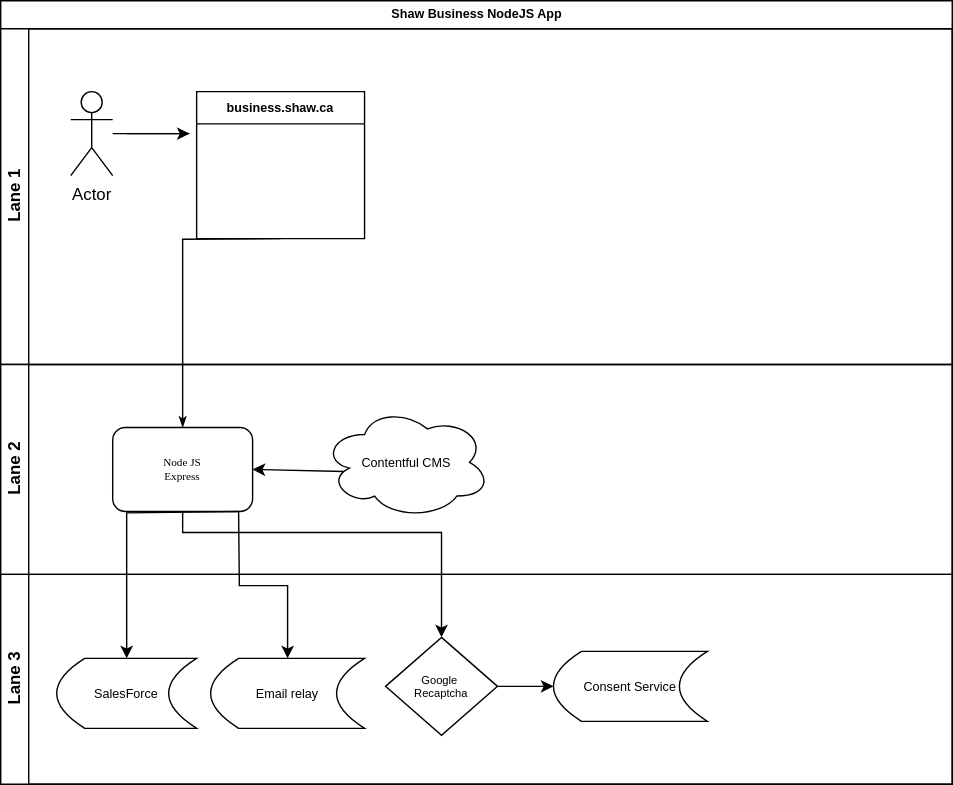
szokrika/chart keeps this draw.io diagram as chart.drawio.svg. Above is the earlier version. Source tidied: cells renumbered, new cells last; positions are measured from the earlier drawing's top-left corner, leaving out a move shared by most shapes.
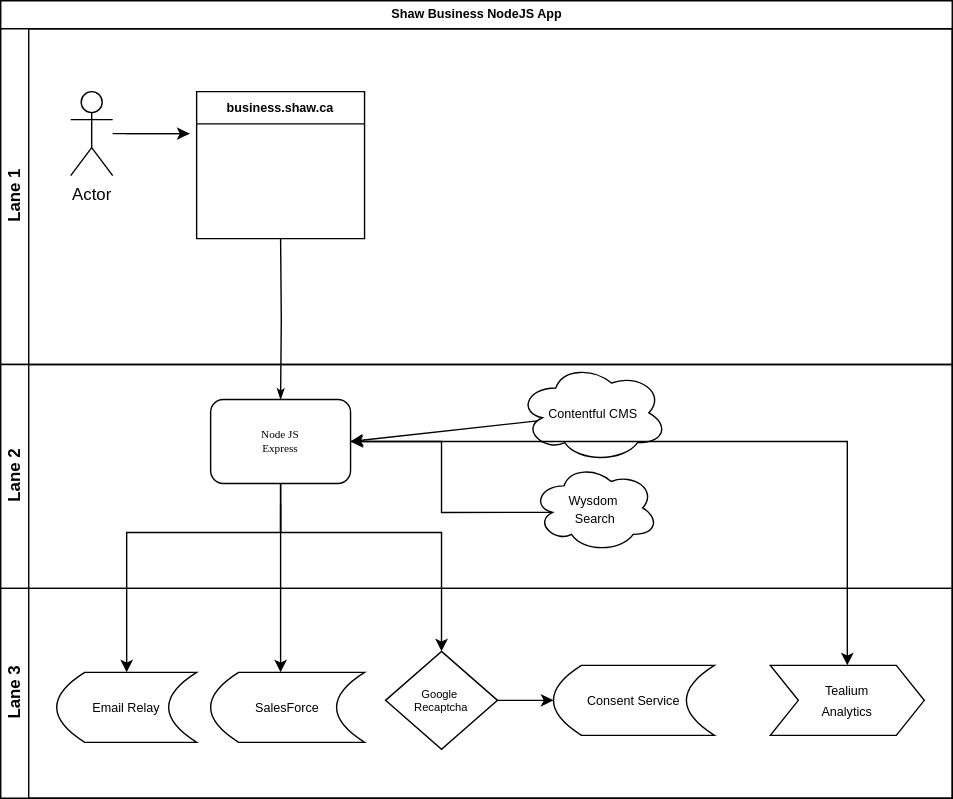
After the change.

What changed in the source:
```diff
@@ -3,7 +3,7 @@
     <mxCell id="0" />
     <mxCell id="1" parent="0" />
     <mxCell id="2" value="&lt;font style=&quot;font-size: 9px;&quot; face=&quot;Helvetica&quot;&gt;Shaw Business NodeJS App&lt;/font&gt;" style="swimlane;html=1;horizontal=1;startSize=20;rounded=0;shadow=0;labelBackgroundColor=none;strokeWidth=1;fontFamily=Verdana;fontSize=8;align=center;" parent="1" vertex="1">
-      <mxGeometry width="680" height="560" as="geometry" />
+      <mxGeometry width="680" height="570" as="geometry" />
     </mxCell>
     <mxCell id="3" value="Lane 1" style="swimlane;html=1;startSize=20;horizontal=0;" parent="2" vertex="1">
       <mxGeometry y="20" width="680" height="240" as="geometry" />
@@ -26,17 +26,23 @@
       <mxGeometry x="140" y="45" width="120" height="105" as="geometry" />
     </mxCell>
     <mxCell id="8" value="Lane 2" style="swimlane;html=1;startSize=20;horizontal=0;" parent="2" vertex="1">
-      <mxGeometry y="260" width="680" height="150" as="geometry" />
+      <mxGeometry y="260" width="680" height="160" as="geometry" />
     </mxCell>
     <mxCell id="9" value="Node JS &lt;br&gt;Express" style="rounded=1;whiteSpace=wrap;html=1;shadow=0;labelBackgroundColor=none;strokeWidth=1;fontFamily=Verdana;fontSize=8;align=center;" parent="8" vertex="1">
-      <mxGeometry x="80" y="45" width="100" height="60" as="geometry" />
+      <mxGeometry x="150" y="25" width="100" height="60" as="geometry" />
     </mxCell>
+    <mxCell id="11" style="endArrow=classic;html=1;rounded=0;entryX=1;entryY=0.5;entryDx=0;entryDy=0;exitX=0.127;exitY=0.581;exitDx=0;exitDy=0;exitPerimeter=0;" parent="8" edge="1" source="10" target="9">
+      <mxGeometry relative="1" as="geometry" />
+    </mxCell>
-    <mxCell id="10" value="&lt;font style=&quot;font-size: 9px;&quot;&gt;Contentful CMS&lt;/font&gt;" style="ellipse;shape=cloud;whiteSpace=wrap;html=1;" parent="8" vertex="1">
-      <mxGeometry x="230" y="30" width="120" height="80" as="geometry" />
+    <mxCell id="10" value="&lt;font style=&quot;font-size: 9px;&quot;&gt;Contentful CMS&lt;/font&gt;" style="ellipse;shape=cloud;whiteSpace=wrap;html=1;labelBackgroundColor=default;" parent="8" vertex="1">
+      <mxGeometry x="370" y="-1" width="106.5" height="71" as="geometry" />
     </mxCell>
-    <mxCell id="11" style="endArrow=classic;html=1;rounded=0;entryX=1;entryY=0.5;entryDx=0;entryDy=0;exitX=0.127;exitY=0.581;exitDx=0;exitDy=0;exitPerimeter=0;" parent="8" edge="1" source="10" target="9">
-      <mxGeometry relative="1" as="geometry" />
-    </mxCell>
+    <mxCell id="22" style="edgeStyle=orthogonalEdgeStyle;rounded=0;jettySize=auto;html=1;exitX=0.16;exitY=0.55;exitDx=0;exitDy=0;exitPerimeter=0;" parent="8" edge="1" source="23" target="9">
+      <mxGeometry relative="1" as="geometry" />
+    </mxCell>
+    <mxCell id="23" value="&lt;p style=&quot;line-height: 100%;&quot;&gt;&lt;font style=&quot;font-size: 9px;&quot;&gt;Wysdom&amp;nbsp;&lt;br&gt;Search&lt;/font&gt;&lt;br&gt;&lt;/p&gt;" style="ellipse;shape=cloud;whiteSpace=wrap;html=1;" parent="8" vertex="1">
+      <mxGeometry x="380" y="71" width="90" height="63" as="geometry" />
+    </mxCell>
     <mxCell id="12" style="edgeStyle=orthogonalEdgeStyle;rounded=0;html=1;labelBackgroundColor=none;startArrow=none;startFill=0;startSize=5;endArrow=classicThin;endFill=1;endSize=5;jettySize=auto;strokeWidth=1;fontFamily=Verdana;fontSize=8;" parent="2" edge="1" target="9">
       <mxGeometry relative="1" as="geometry">
         <mxPoint x="200" y="170" as="sourcePoint" />
@@ -44,23 +50,24 @@
     </mxCell>
     <mxCell id="13" style="edgeStyle=orthogonalEdgeStyle;rounded=0;jettySize=auto;html=1;" parent="2" edge="1" target="15">
       <mxGeometry relative="1" as="geometry">
-        <mxPoint x="170" y="365" as="sourcePoint" />
+        <mxPoint x="200" y="360" as="sourcePoint" />
         <Array as="points">
-          <mxPoint x="90" y="366" />
+          <mxPoint x="200" y="380" />
+          <mxPoint x="90" y="380" />
         </Array>
       </mxGeometry>
     </mxCell>
     <mxCell id="14" value="Lane 3" style="swimlane;html=1;startSize=20;horizontal=0;" parent="2" vertex="1">
-      <mxGeometry y="410" width="680" height="150" as="geometry" />
+      <mxGeometry y="420" width="680" height="150" as="geometry" />
     </mxCell>
-    <mxCell id="15" value="&lt;font style=&quot;font-size: 9px;&quot;&gt;SalesForce&lt;/font&gt;" style="shape=dataStorage;whiteSpace=wrap;html=1;fixedSize=1;" parent="14" vertex="1">
+    <mxCell id="15" value="&lt;font style=&quot;font-size: 9px;&quot;&gt;Email Relay&lt;/font&gt;" style="shape=dataStorage;whiteSpace=wrap;html=1;fixedSize=1;" parent="14" vertex="1">
       <mxGeometry x="40" y="60" width="100" height="50" as="geometry" />
     </mxCell>
-    <mxCell id="16" value="&lt;font style=&quot;font-size: 9px;&quot;&gt;Email relay&lt;/font&gt;" style="shape=dataStorage;whiteSpace=wrap;html=1;fixedSize=1;" parent="14" vertex="1">
+    <mxCell id="16" value="&lt;font style=&quot;font-size: 9px;&quot;&gt;SalesForce&lt;/font&gt;" style="shape=dataStorage;whiteSpace=wrap;html=1;fixedSize=1;" parent="14" vertex="1">
       <mxGeometry x="150" y="60" width="110" height="50" as="geometry" />
     </mxCell>
     <mxCell id="17" value="&lt;font style=&quot;font-size: 9px;&quot;&gt;Consent Service&lt;/font&gt;" style="shape=dataStorage;whiteSpace=wrap;html=1;fixedSize=1;" parent="14" vertex="1">
-      <mxGeometry x="395" y="55" width="110" height="50" as="geometry" />
+      <mxGeometry x="395" y="55" width="115" height="50" as="geometry" />
     </mxCell>
     <mxCell id="18" style="edgeStyle=orthogonalEdgeStyle;rounded=0;jettySize=auto;html=1;" parent="14" edge="1" source="19" target="17">
       <mxGeometry relative="1" as="geometry" />
@@ -68,18 +75,27 @@
     <mxCell id="19" value="&lt;p style=&quot;line-height: 60%;&quot;&gt;&lt;font style=&quot;font-size: 8px;&quot;&gt;Google&amp;nbsp;&lt;br&gt;Recaptcha&lt;/font&gt;&lt;/p&gt;" style="rhombus;whiteSpace=wrap;html=1;" parent="14" vertex="1">
       <mxGeometry x="275" y="45" width="80" height="70" as="geometry" />
     </mxCell>
+    <mxCell id="24" value="&lt;font style=&quot;font-size: 9px;&quot;&gt;Tealium&lt;br&gt;Analytics&lt;/font&gt;" style="shape=step;perimeter=stepPerimeter;whiteSpace=wrap;html=1;fixedSize=1;" parent="14" vertex="1">
+      <mxGeometry x="550" y="55" width="110" height="50" as="geometry" />
+    </mxCell>
-    <mxCell id="20" style="edgeStyle=orthogonalEdgeStyle;rounded=0;jettySize=auto;html=1;" parent="2" edge="1" target="16">
+    <mxCell id="20" style="edgeStyle=orthogonalEdgeStyle;rounded=0;jettySize=auto;html=1;" parent="2" edge="1" source="9" target="16">
       <mxGeometry relative="1" as="geometry">
-        <mxPoint x="170" y="365" as="sourcePoint" />
+        <Array as="points">
+          <mxPoint x="200" y="450" />
+          <mxPoint x="200" y="450" />
+        </Array>
       </mxGeometry>
     </mxCell>
-    <mxCell id="21" style="edgeStyle=orthogonalEdgeStyle;rounded=0;jettySize=auto;html=1;entryX=0.5;entryY=0;entryDx=0;entryDy=0;" parent="2" edge="1" source="9" target="19">
+    <mxCell id="21" style="edgeStyle=orthogonalEdgeStyle;rounded=0;jettySize=auto;html=1;entryX=0.5;entryY=0;entryDx=0;entryDy=0;exitX=0.5;exitY=1;exitDx=0;exitDy=0;" parent="2" edge="1" source="9" target="19">
       <mxGeometry relative="1" as="geometry">
         <Array as="points">
-          <mxPoint x="130" y="380" />
+          <mxPoint x="200" y="380" />
           <mxPoint x="315" y="380" />
         </Array>
       </mxGeometry>
     </mxCell>
+    <mxCell id="25" style="edgeStyle=orthogonalEdgeStyle;rounded=0;jettySize=auto;html=1;" parent="2" edge="1" source="9" target="24">
+      <mxGeometry relative="1" as="geometry" />
+    </mxCell>
   </root>
 </mxGraphModel>
```
